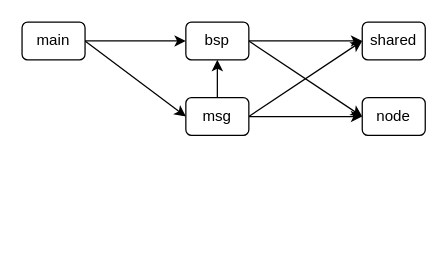
Earlier version of the draw.io diagram package_relation.drawio (weijia/iot-go-direct). Source tidied: cells renumbered, new cells numbered last; positions are measured from the earlier drawing's top-left corner, leaving out a move shared by most shapes. Both pictures are drawn from the tidied source at 126%, with x=0, y=0 at pixel (21, 21).
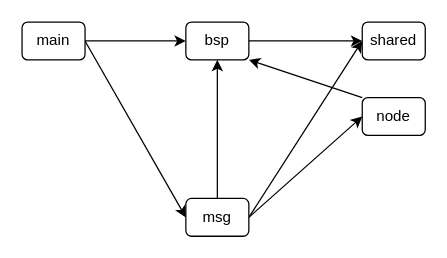
The same diagram, later.

What changed in the source:
```diff
@@
 <mxGraphModel>
   <root>
     <mxCell id="0" />
     <mxCell id="1" parent="0" />
     <mxCell id="2" style="edgeStyle=none;html=1;exitX=1;exitY=0.5;exitDx=0;exitDy=0;entryX=0;entryY=0.5;entryDx=0;entryDy=0;" parent="1" edge="1" source="4" target="7">
       <mxGeometry relative="1" as="geometry" />
     </mxCell>
     <mxCell id="3" style="edgeStyle=none;html=1;exitX=1;exitY=0.5;exitDx=0;exitDy=0;entryX=0;entryY=0.5;entryDx=0;entryDy=0;" parent="1" edge="1" source="4" target="12">
       <mxGeometry relative="1" as="geometry" />
     </mxCell>
     <mxCell id="4" value="main" style="rounded=1;whiteSpace=wrap;html=1;" parent="1" vertex="1">
       <mxGeometry width="50" height="30" as="geometry" />
     </mxCell>
     <mxCell id="5" style="edgeStyle=none;html=1;exitX=1;exitY=0.5;exitDx=0;exitDy=0;entryX=0;entryY=0.5;entryDx=0;entryDy=0;" parent="1" edge="1" source="7" target="8">
       <mxGeometry relative="1" as="geometry" />
     </mxCell>
-    <mxCell id="6" style="edgeStyle=none;html=1;exitX=1;exitY=0.5;exitDx=0;exitDy=0;entryX=0;entryY=0.5;entryDx=0;entryDy=0;" parent="1" edge="1" source="7" target="13">
+    <mxCell id="6" style="edgeStyle=none;html=1;exitX=0;exitY=0;exitDx=0;exitDy=0;entryX=1;entryY=1;entryDx=0;entryDy=0;" parent="1" edge="1" source="13" target="7">
       <mxGeometry relative="1" as="geometry" />
     </mxCell>
     <mxCell id="7" value="bsp" style="rounded=1;whiteSpace=wrap;html=1;" parent="1" vertex="1">
       <mxGeometry x="130" width="50" height="30" as="geometry" />
     </mxCell>
     <mxCell id="8" value="shared" style="rounded=1;whiteSpace=wrap;html=1;" parent="1" vertex="1">
       <mxGeometry x="270" width="50" height="30" as="geometry" />
     </mxCell>
     <mxCell id="9" style="edgeStyle=none;html=1;exitX=1;exitY=0.5;exitDx=0;exitDy=0;entryX=0;entryY=0.5;entryDx=0;entryDy=0;" parent="1" edge="1" source="12" target="8">
       <mxGeometry relative="1" as="geometry" />
     </mxCell>
     <mxCell id="10" style="edgeStyle=none;html=1;exitX=1;exitY=0.5;exitDx=0;exitDy=0;" parent="1" edge="1" source="12">
       <mxGeometry relative="1" as="geometry">
         <mxPoint x="270" y="75" as="targetPoint" />
       </mxGeometry>
     </mxCell>
     <mxCell id="11" style="edgeStyle=none;html=1;exitX=0.5;exitY=0;exitDx=0;exitDy=0;entryX=0.5;entryY=1;entryDx=0;entryDy=0;" parent="1" edge="1" source="12" target="7">
       <mxGeometry relative="1" as="geometry" />
     </mxCell>
     <mxCell id="12" value="msg" style="rounded=1;whiteSpace=wrap;html=1;" parent="1" vertex="1">
-      <mxGeometry x="130" y="60" width="50" height="30" as="geometry" />
+      <mxGeometry x="130" y="140" width="50" height="30" as="geometry" />
     </mxCell>
     <mxCell id="13" value="node" style="rounded=1;whiteSpace=wrap;html=1;" parent="1" vertex="1">
       <mxGeometry x="270" y="60" width="50" height="30" as="geometry" />
     </mxCell>
   </root>
 </mxGraphModel>
```
